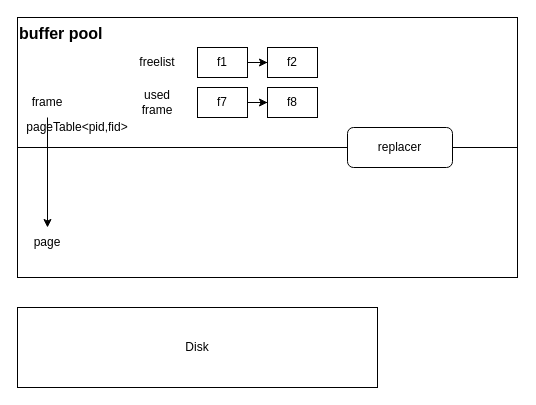
Above: cmudb.drawio in roilio/cmdb-drawio (draw.io), before the change. Source tidied: cells renumbered, new cells numbered last; positions are measured from the earlier drawing's top-left corner, leaving out a move shared by most shapes. Both pictures are drawn from the tidied source at 100%, with x=0, y=0 at pixel (17, 17).
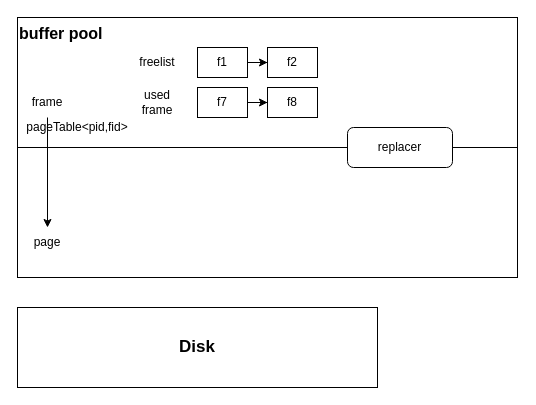
The same page after the edit.

What changed in the source:
```diff
@@
-    <mxCell id="8" value="Disk" style="rounded=0;whiteSpace=wrap;html=1;" parent="1" vertex="1">
+    <mxCell id="8" value="Disk" style="rounded=0;whiteSpace=wrap;html=1;fontStyle=1;fontSize=17;" parent="1" vertex="1">
       <mxGeometry y="290" width="360" height="80" as="geometry" />
     </mxCell>
```
